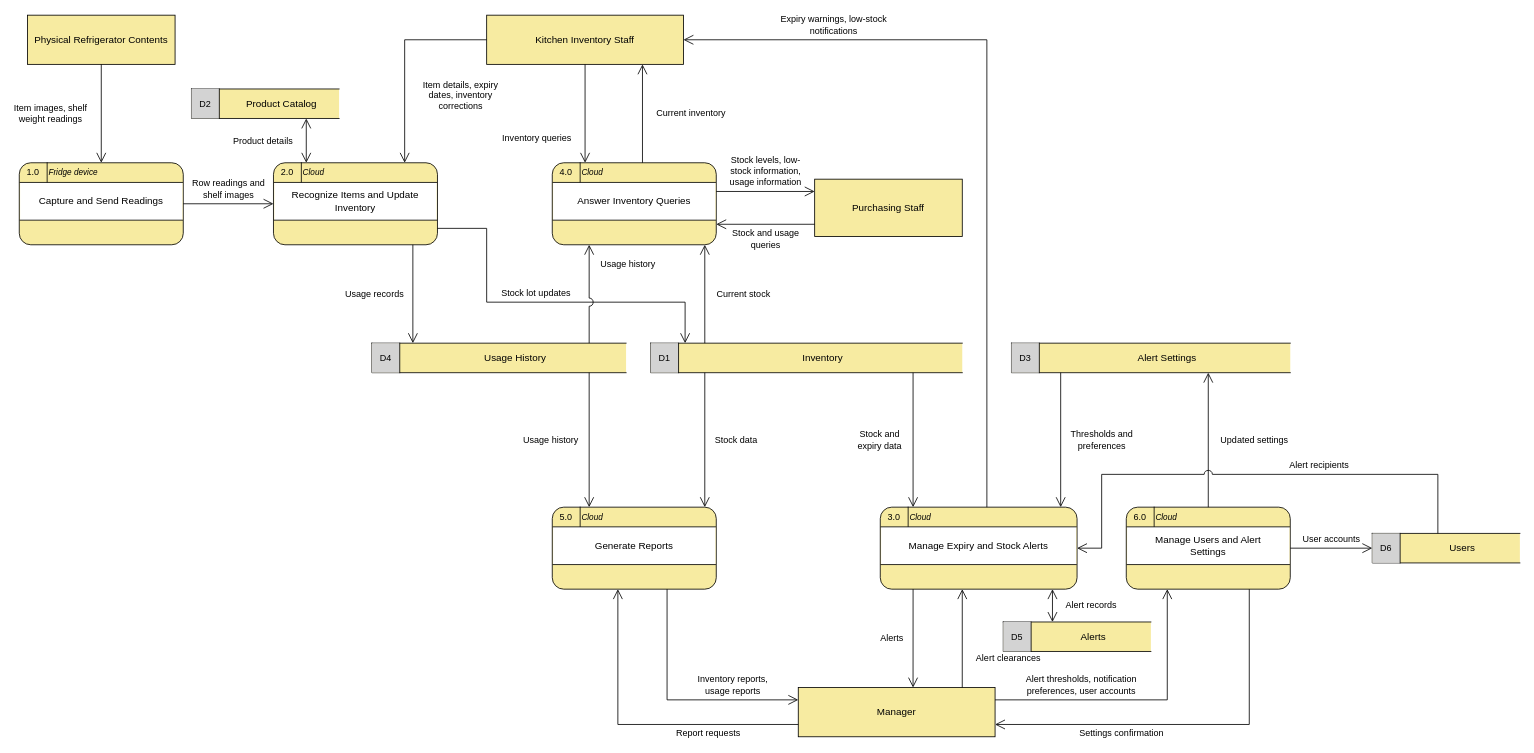
Jatti045/SEG4105-Term-Project keeps this draw.io diagram as docs/diagrams/level0-dfd.drawio. Above is the earlier version. Source tidied: cells renumbered, new cells numbered last; positions are measured from the earlier drawing's top-left corner, leaving out a move shared by most shapes. Both pictures are drawn from the tidied source at 82%, with x=0, y=0 at pixel (19, 15).
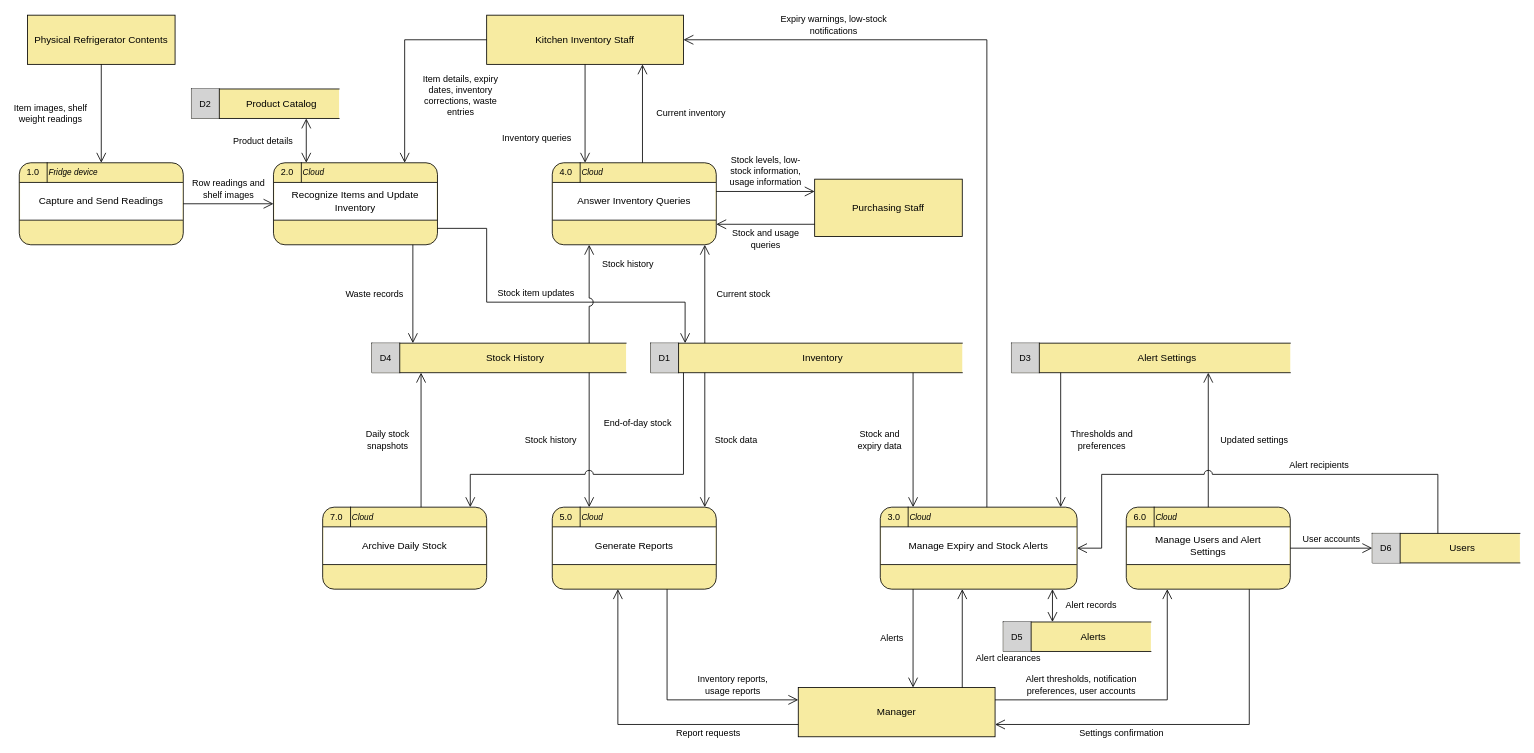
After the change.

Commit message (it also covers changes not shown here):
docs: add stock history and daily archive to Level-0 DFD

The change refers to these unchanged cells:
```xml
<mxCell id="6" style="rounded=1;arcSize=14;whiteSpace=wrap;html=1;fillColor=#F7EBA1;strokeColor=#000000;" parent="1" vertex="1">
  <mxGeometry x="310" y="180" width="200" height="100" as="geometry" />
</mxCell>
<mxCell id="14" style="rounded=1;arcSize=14;whiteSpace=wrap;html=1;fillColor=#F7EBA1;strokeColor=#000000;" parent="1" vertex="1">
  <mxGeometry x="650" y="180" width="200" height="100" as="geometry" />
</mxCell>
<mxCell id="18" style="rounded=1;arcSize=14;whiteSpace=wrap;html=1;fillColor=#F7EBA1;strokeColor=#000000;" parent="1" vertex="1">
  <mxGeometry x="650" y="600" width="200" height="100" as="geometry" />
</mxCell>
<mxCell id="26" value="Inventory" style="shape=partialRectangle;top=1;left=1;bottom=1;right=0;html=1;whiteSpace=wrap;fillColor=#F7EBA1;strokeColor=#000000;fontSize=12;fontFamily=Helvetica;fontColor=#000000;spacingLeft=40;" parent="1" vertex="1">
  <mxGeometry x="770" y="400" width="380" height="36" as="geometry" />
</mxCell>
<mxCell id="38" value="Kitchen Inventory Staff" style="rounded=0;whiteSpace=wrap;html=1;fillColor=#F7EBA1;strokeColor=#000000;fontSize=12;fontFamily=Helvetica;fontColor=#000000;" parent="1" vertex="1">
  <mxGeometry x="570" width="240" height="60" as="geometry" />
</mxCell>
```

What changed in the source:
```diff
@@
+    <mxCell id="69" style="rounded=1;arcSize=14;whiteSpace=wrap;html=1;fillColor=#F7EBA1;strokeColor=#000000;" parent="1" vertex="1">
+      <mxGeometry x="370" y="600" width="200" height="100" as="geometry" />
+    </mxCell>
+    <mxCell id="70" value="7.0" style="html=1;whiteSpace=wrap;strokeColor=#000000;fontFamily=Helvetica;fontColor=#000000;shape=partialRectangle;top=0;left=0;bottom=0;right=1;fillColor=none;fontSize=11;" parent="69" vertex="1">
+      <mxGeometry width="34" height="24" as="geometry" />
+    </mxCell>
+    <mxCell id="71" value="Cloud" style="html=1;whiteSpace=wrap;strokeColor=#000000;fontFamily=Helvetica;fontColor=#000000;text;fillColor=none;strokeColor=none;fontSize=10;fontStyle=2;" parent="69" vertex="1">
+      <mxGeometry x="34" width="166" height="24" as="geometry" />
+    </mxCell>
+    <mxCell id="72" value="Archive Daily Stock" style="html=1;whiteSpace=wrap;strokeColor=#000000;fontFamily=Helvetica;fontColor=#000000;shape=partialRectangle;top=1;left=0;bottom=1;right=0;fillColor=#FFFFFF;fontSize=12;spacingLeft=12;spacingRight=12;" parent="69" vertex="1">
+      <mxGeometry x="1" y="24" width="198" height="46" as="geometry" />
+    </mxCell>
@@
-    <mxCell id="32" value="Usage History" style="shape=partialRectangle;top=1;left=1;bottom=1;right=0;html=1;whiteSpace=wrap;fillColor=#F7EBA1;strokeColor=#000000;fontSize=12;fontFamily=Helvetica;fontColor=#000000;spacingLeft=40;" parent="1" vertex="1">
+    <mxCell id="32" value="Stock History" style="shape=partialRectangle;top=1;left=1;bottom=1;right=0;html=1;whiteSpace=wrap;fillColor=#F7EBA1;strokeColor=#000000;fontSize=12;fontFamily=Helvetica;fontColor=#000000;spacingLeft=40;" parent="1" vertex="1">
       <mxGeometry x="430" y="400" width="310" height="36" as="geometry" />
     </mxCell>
@@
-    <mxCell id="43" value="Item details, expiry&lt;br&gt;dates, inventory&lt;br&gt;corrections" style="edgeStyle=none;rounded=0;html=1;endArrow=open;endSize=10;startArrow=none;jumpStyle=arc;jumpSize=10;strokeColor=#000000;fontSize=11;fontFamily=Helvetica;fontColor=#000000;labelBackgroundColor=none;align=center;exitX=0.0000;exitY=0.5000;exitDx=0;exitDy=0;exitPerimeter=0;entryX=0.8000;entryY=0.0000;entryDx=0;entryDy=0;entryPerimeter=0;" parent="1" edge="1" source="38" target="6">
+    <mxCell id="43" value="Item details, expiry&lt;br&gt;dates, inventory&lt;br&gt;corrections, waste&lt;br&gt;entries" style="edgeStyle=none;rounded=0;html=1;endArrow=open;endSize=10;startArrow=none;jumpStyle=arc;jumpSize=10;strokeColor=#000000;fontSize=11;fontFamily=Helvetica;fontColor=#000000;labelBackgroundColor=none;align=center;exitX=0.0000;exitY=0.5000;exitDx=0;exitDy=0;exitPerimeter=0;entryX=0.8000;entryY=0.0000;entryDx=0;entryDy=0;entryPerimeter=0;" parent="1" edge="1" source="38" target="6">
       <mxGeometry x="0.34" relative="1" as="geometry">
         <Array as="points">
           <mxPoint x="470" y="30" />
         </Array>
         <mxPoint x="68" as="offset" />
       </mxGeometry>
     </mxCell>
@@
-    <mxCell id="57" value="Usage records" style="edgeStyle=none;rounded=0;html=1;endArrow=open;endSize=10;startArrow=none;jumpStyle=arc;jumpSize=10;strokeColor=#000000;fontSize=11;fontFamily=Helvetica;fontColor=#000000;labelBackgroundColor=none;align=center;exitX=0.8500;exitY=1.0000;exitDx=0;exitDy=0;exitPerimeter=0;entryX=0.1613;entryY=0.0000;entryDx=0;entryDy=0;entryPerimeter=0;" parent="1" edge="1" source="6" target="32">
+    <mxCell id="57" value="Waste records" style="edgeStyle=none;rounded=0;html=1;endArrow=open;endSize=10;startArrow=none;jumpStyle=arc;jumpSize=10;strokeColor=#000000;fontSize=11;fontFamily=Helvetica;fontColor=#000000;labelBackgroundColor=none;align=center;exitX=0.8500;exitY=1.0000;exitDx=0;exitDy=0;exitPerimeter=0;entryX=0.1613;entryY=0.0000;entryDx=0;entryDy=0;entryPerimeter=0;" parent="1" edge="1" source="6" target="32">
       <mxGeometry relative="1" as="geometry">
         <mxPoint x="-47" as="offset" />
       </mxGeometry>
     </mxCell>
-    <mxCell id="58" value="Stock lot updates" style="edgeStyle=none;rounded=0;html=1;endArrow=open;endSize=10;startArrow=none;jumpStyle=arc;jumpSize=10;strokeColor=#000000;fontSize=11;fontFamily=Helvetica;fontColor=#000000;labelBackgroundColor=none;align=center;exitX=1.0000;exitY=0.8000;exitDx=0;exitDy=0;exitPerimeter=0;entryX=0.1105;entryY=0.0000;entryDx=0;entryDy=0;entryPerimeter=0;" parent="1" edge="1" source="6" target="26">
+    <mxCell id="58" value="Stock item updates" style="edgeStyle=none;rounded=0;html=1;endArrow=open;endSize=10;startArrow=none;jumpStyle=arc;jumpSize=10;strokeColor=#000000;fontSize=11;fontFamily=Helvetica;fontColor=#000000;labelBackgroundColor=none;align=center;exitX=1.0000;exitY=0.8000;exitDx=0;exitDy=0;exitPerimeter=0;entryX=0.1105;entryY=0.0000;entryDx=0;entryDy=0;entryPerimeter=0;" parent="1" edge="1" source="6" target="26">
       <mxGeometry x="-0.05" relative="1" as="geometry">
         <Array as="points">
           <mxPoint x="570" y="260" />
           <mxPoint x="570" y="350" />
           <mxPoint x="812" y="350" />
         </Array>
         <mxPoint y="-11" as="offset" />
       </mxGeometry>
     </mxCell>
-    <mxCell id="59" value="Usage history" style="edgeStyle=none;rounded=0;html=1;endArrow=open;endSize=10;startArrow=none;jumpStyle=arc;jumpSize=10;strokeColor=#000000;fontSize=11;fontFamily=Helvetica;fontColor=#000000;labelBackgroundColor=none;align=center;exitX=0.8548;exitY=0.0000;exitDx=0;exitDy=0;exitPerimeter=0;entryX=0.2250;entryY=1.0000;entryDx=0;entryDy=0;entryPerimeter=0;" parent="1" edge="1" source="32" target="14">
+    <mxCell id="59" value="Stock history" style="edgeStyle=none;rounded=0;html=1;endArrow=open;endSize=10;startArrow=none;jumpStyle=arc;jumpSize=10;strokeColor=#000000;fontSize=11;fontFamily=Helvetica;fontColor=#000000;labelBackgroundColor=none;align=center;exitX=0.8548;exitY=0.0000;exitDx=0;exitDy=0;exitPerimeter=0;entryX=0.2250;entryY=1.0000;entryDx=0;entryDy=0;entryPerimeter=0;" parent="1" edge="1" source="32" target="14">
       <mxGeometry x="0.6" relative="1" as="geometry">
         <mxPoint x="47" as="offset" />
       </mxGeometry>
     </mxCell>
@@
-    <mxCell id="61" value="Usage history" style="edgeStyle=none;rounded=0;html=1;endArrow=open;endSize=10;startArrow=none;jumpStyle=arc;jumpSize=10;strokeColor=#000000;fontSize=11;fontFamily=Helvetica;fontColor=#000000;labelBackgroundColor=none;align=center;exitX=0.8548;exitY=1.0000;exitDx=0;exitDy=0;exitPerimeter=0;entryX=0.2250;entryY=0.0000;entryDx=0;entryDy=0;entryPerimeter=0;" parent="1" edge="1" source="32" target="18">
+    <mxCell id="61" value="Stock history" style="edgeStyle=none;rounded=0;html=1;endArrow=open;endSize=10;startArrow=none;jumpStyle=arc;jumpSize=10;strokeColor=#000000;fontSize=11;fontFamily=Helvetica;fontColor=#000000;labelBackgroundColor=none;align=center;exitX=0.8548;exitY=1.0000;exitDx=0;exitDy=0;exitPerimeter=0;entryX=0.2250;entryY=0.0000;entryDx=0;entryDy=0;entryPerimeter=0;" parent="1" edge="1" source="32" target="18">
       <mxGeometry relative="1" as="geometry">
         <mxPoint x="-47" as="offset" />
       </mxGeometry>
     </mxCell>
@@
+    <mxCell id="73" value="End-of-day stock" style="edgeStyle=none;rounded=0;html=1;endArrow=open;endSize=10;startArrow=none;jumpStyle=arc;jumpSize=10;strokeColor=#000000;fontSize=11;fontFamily=Helvetica;fontColor=#000000;labelBackgroundColor=none;align=center;exitX=0.1053;exitY=1.0000;exitDx=0;exitDy=0;exitPerimeter=0;entryX=0.9000;entryY=0.0000;entryDx=0;entryDy=0;entryPerimeter=0;" parent="1" edge="1" source="26" target="69">
+      <mxGeometry x="-0.71" relative="1" as="geometry">
+        <Array as="points">
+          <mxPoint x="810" y="560" />
+          <mxPoint x="550" y="560" />
+        </Array>
+        <mxPoint x="-56" as="offset" />
+      </mxGeometry>
+    </mxCell>
+    <mxCell id="74" value="Daily stock&lt;br&gt;snapshots" style="edgeStyle=none;rounded=0;html=1;endArrow=open;endSize=10;startArrow=none;jumpStyle=arc;jumpSize=10;strokeColor=#000000;fontSize=11;fontFamily=Helvetica;fontColor=#000000;labelBackgroundColor=none;align=center;exitX=0.6000;exitY=0.0000;exitDx=0;exitDy=0;exitPerimeter=0;entryX=0.1935;entryY=1.0000;entryDx=0;entryDy=0;entryPerimeter=0;" parent="1" edge="1" source="69" target="32">
+      <mxGeometry relative="1" as="geometry">
+        <mxPoint x="-41" as="offset" />
+      </mxGeometry>
+    </mxCell>
```
